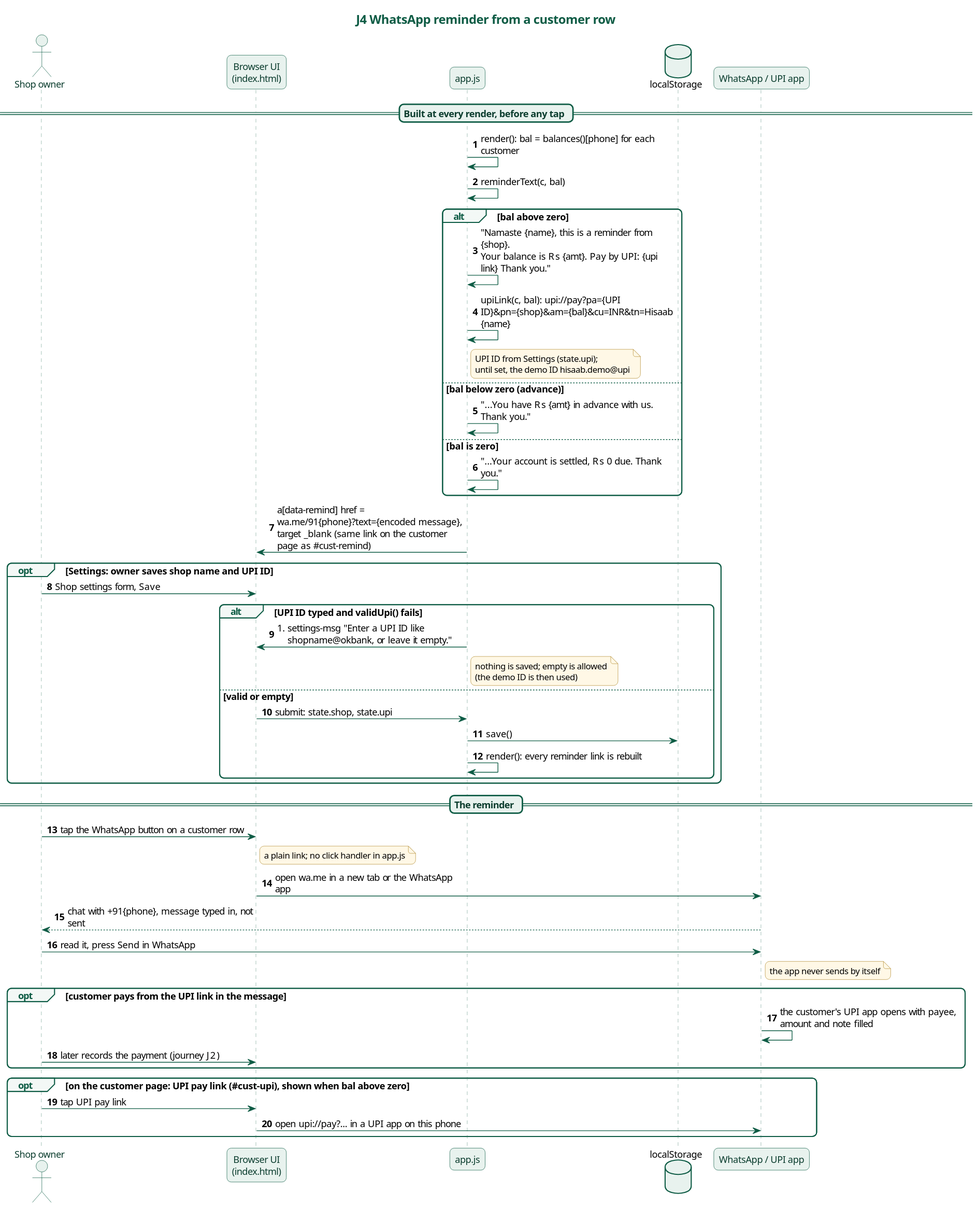
Above: docs/diagrams/j4-whatsapp-reminder.svg in karwasanjay007/hisaab-docs (PlantUML), before the change.
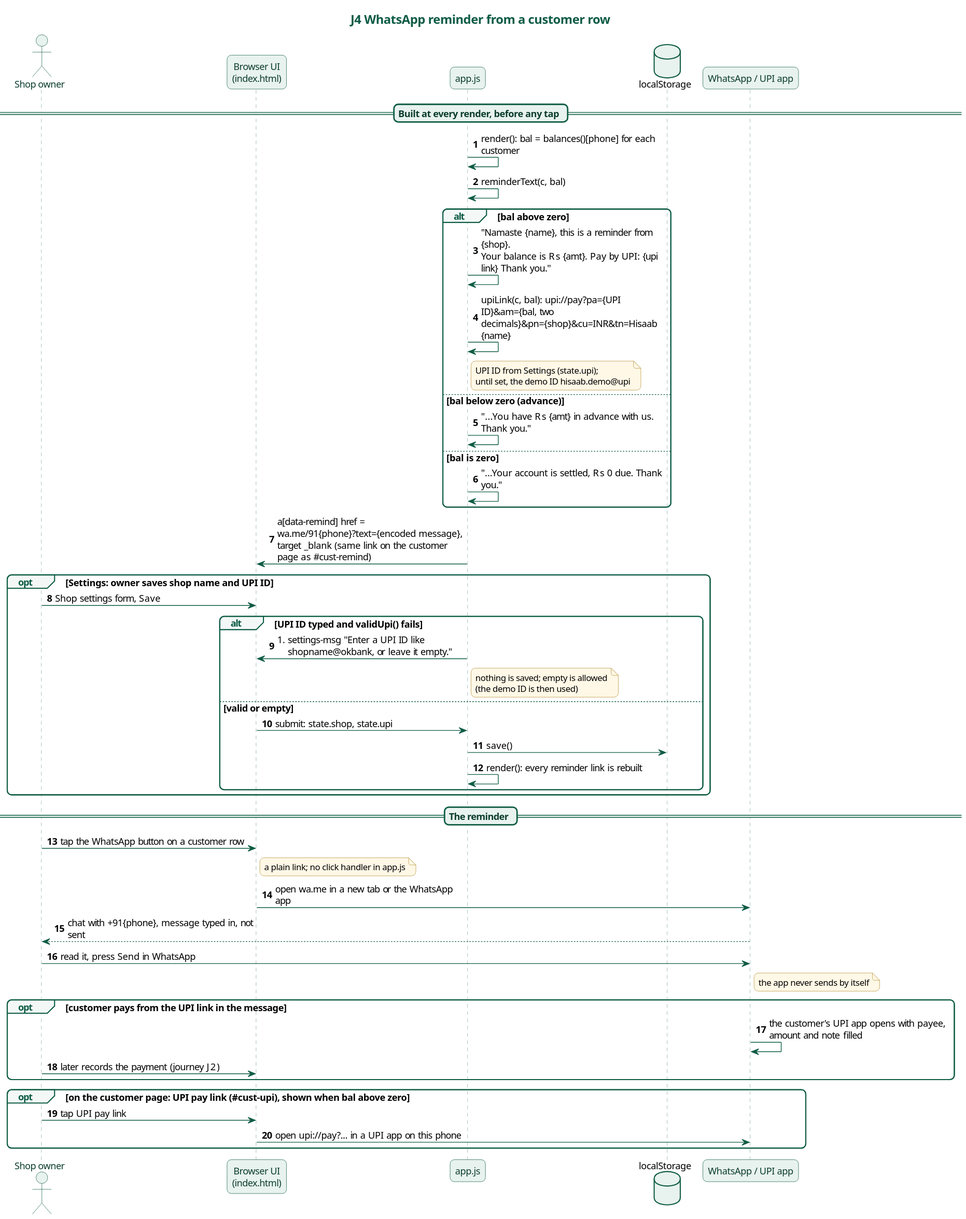
Above is the later version.

The edit, as a diff of the source:
```diff
@@ -48,7 +48,7 @@
 App -> App : reminderText(c, bal)
 alt bal above zero
   App -> App : "Namaste {name}, this is a reminder from {shop}.\nYour balance is Rs {amt}. Pay by UPI: {upi link} Thank you."
-  App -> App : upiLink(c, bal): upi:~//pay?pa={UPI ID}&pn={shop}&am={bal}&cu=INR&tn=Hisaab {name}
+  App -> App : upiLink(c, bal): upi:~//pay?pa={UPI ID}&am={bal, two decimals}&pn={shop}&cu=INR&tn=Hisaab {name}
   note right of App : UPI ID from Settings (state.upi);\nuntil set, the demo ID hisaab.demo@upi
 else bal below zero (advance)
   App -> App : "...You have Rs {amt} in advance with us. Thank you."
```
